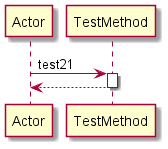
The PlantUML diagram Diagrams/BLOCK/test21.png in manucapo/Gardener, before a commit. Its diagram source:
```plantuml
@startuml
participant Actor
Actor -> TestMethod: test21
activate TestMethod
return
@enduml
```
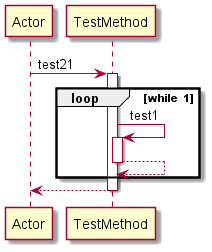
Later version of the same file.

What changed in the source:
```diff
@@ -2,5 +2,11 @@
 participant Actor
 Actor -> TestMethod: test21
 activate TestMethod
+loop while  1
+TestMethod -> TestMethod: test1
+activate TestMethod
+TestMethod-->TestMethod
+deactivate TestMethod
+end
 return
 @enduml
```
